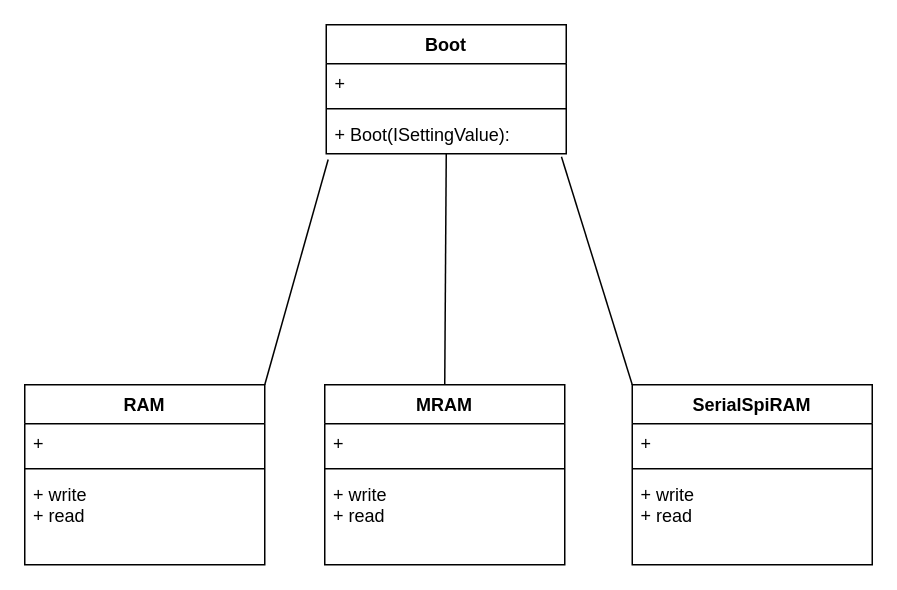
Earlier version of the draw.io diagram 3_dependency_inversion_principle/前回設定値の反映classNG.drawio (grace2riku/solid_principle_example). Source tidied: cells renumbered, new cells numbered last; positions are measured from the earlier drawing's top-left corner, leaving out a move shared by most shapes. Both pictures are drawn from the tidied source at 150%, with x=0, y=0 at pixel (24, 24).
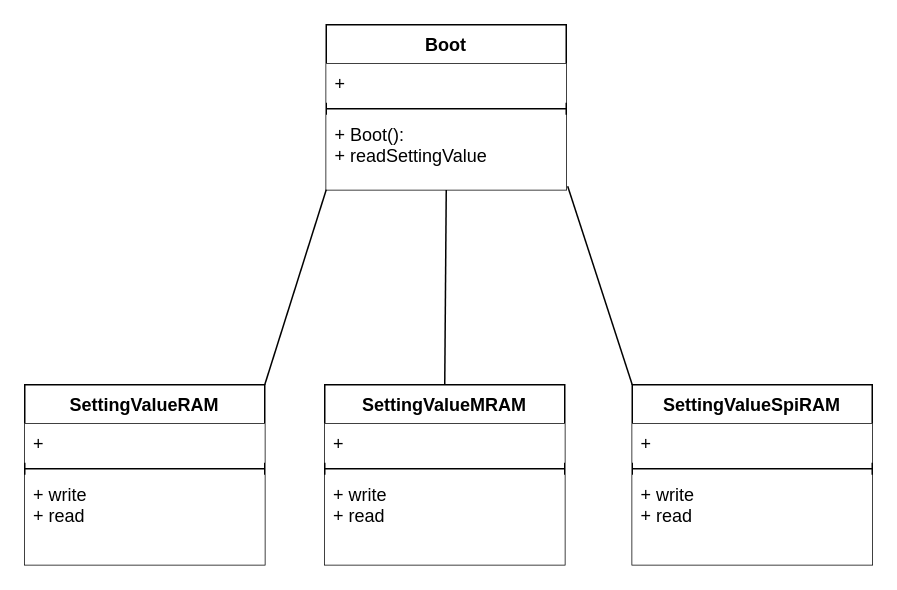
The same page after the edit.

Commit message (it also covers changes not shown here):
原則違反クラス図・コードを書いた。

What changed in the source:
```diff
@@
     <mxCell id="3" value="Boot" style="swimlane;fontStyle=1;align=center;verticalAlign=top;horizontal=1;startSize=26;" parent="1" vertex="1">
-      <mxGeometry x="201" width="160" height="86" as="geometry" />
+      <mxGeometry x="201" width="160" height="110" as="geometry" />
     </mxCell>
-    <mxCell id="4" value="+ " style="text;strokeColor=none;fillColor=none;align=left;verticalAlign=top;spacingLeft=4;spacingRight=4;overflow=hidden;" parent="3" vertex="1">
+    <mxCell id="4" value="+ " style="text;strokeColor=none;fillColor=default;align=left;verticalAlign=top;spacingLeft=4;spacingRight=4;overflow=hidden;" parent="3" vertex="1">
       <mxGeometry y="26" width="160" height="26" as="geometry" />
     </mxCell>
@@
-    <mxCell id="6" value="+ Boot(ISettingValue):" style="text;strokeColor=none;fillColor=none;align=left;verticalAlign=top;spacingLeft=4;spacingRight=4;overflow=hidden;points=[[0,0.5],[1,0.5]];portConstraint=eastwest;" parent="3" vertex="1">
-      <mxGeometry y="60" width="160" height="26" as="geometry" />
+    <mxCell id="6" value="+ Boot():&#10;+ readSettingValue" style="text;strokeColor=none;fillColor=default;align=left;verticalAlign=top;spacingLeft=4;spacingRight=4;overflow=hidden;points=[[0,0.5],[1,0.5]];portConstraint=eastwest;" parent="3" vertex="1">
+      <mxGeometry y="60" width="160" height="50" as="geometry" />
     </mxCell>
-    <mxCell id="7" style="edgeStyle=none;html=1;exitX=0.98;exitY=1.075;exitDx=0;exitDy=0;entryX=0;entryY=0;entryDx=0;entryDy=0;endArrow=none;endFill=0;exitPerimeter=0;" parent="1" edge="1" source="6" target="9">
+    <mxCell id="7" style="edgeStyle=none;html=1;exitX=1.006;exitY=0.952;exitDx=0;exitDy=0;entryX=0;entryY=0;entryDx=0;entryDy=0;endArrow=none;endFill=0;exitPerimeter=0;" parent="1" edge="1" source="6" target="9">
       <mxGeometry relative="1" as="geometry" />
     </mxCell>
-    <mxCell id="8" style="edgeStyle=none;html=1;exitX=0.008;exitY=1.148;exitDx=0;exitDy=0;entryX=1;entryY=0;entryDx=0;entryDy=0;endArrow=none;endFill=0;exitPerimeter=0;" parent="1" edge="1" source="6" target="13">
+    <mxCell id="8" style="edgeStyle=none;html=1;exitX=0;exitY=1;exitDx=0;exitDy=0;entryX=1;entryY=0;entryDx=0;entryDy=0;endArrow=none;endFill=0;" parent="1" edge="1" source="3" target="13">
       <mxGeometry relative="1" as="geometry" />
     </mxCell>
-    <mxCell id="9" value="SerialSpiRAM" style="swimlane;fontStyle=1;align=center;verticalAlign=top;horizontal=1;startSize=26;" parent="1" vertex="1">
+    <mxCell id="9" value="SettingValueSpiRAM" style="swimlane;fontStyle=1;align=center;verticalAlign=top;horizontal=1;startSize=26;" parent="1" vertex="1">
       <mxGeometry x="405" y="240" width="160" height="120" as="geometry" />
     </mxCell>
-    <mxCell id="10" value="+  " style="text;strokeColor=none;fillColor=none;align=left;verticalAlign=top;spacingLeft=4;spacingRight=4;overflow=hidden;" parent="9" vertex="1">
+    <mxCell id="10" value="+  " style="text;strokeColor=none;fillColor=default;align=left;verticalAlign=top;spacingLeft=4;spacingRight=4;overflow=hidden;" parent="9" vertex="1">
       <mxGeometry y="26" width="160" height="26" as="geometry" />
     </mxCell>
@@
-    <mxCell id="12" value="+ write&#10;+ read" style="text;strokeColor=none;fillColor=none;align=left;verticalAlign=top;spacingLeft=4;spacingRight=4;overflow=hidden;" parent="9" vertex="1">
+    <mxCell id="12" value="+ write&#10;+ read" style="text;strokeColor=none;fillColor=default;align=left;verticalAlign=top;spacingLeft=4;spacingRight=4;overflow=hidden;" parent="9" vertex="1">
       <mxGeometry y="60" width="160" height="60" as="geometry" />
     </mxCell>
-    <mxCell id="13" value="RAM" style="swimlane;fontStyle=1;align=center;verticalAlign=top;horizontal=1;startSize=26;" parent="1" vertex="1">
+    <mxCell id="13" value="SettingValueRAM" style="swimlane;fontStyle=1;align=center;verticalAlign=top;horizontal=1;startSize=26;" parent="1" vertex="1">
       <mxGeometry y="240" width="160" height="120" as="geometry" />
     </mxCell>
-    <mxCell id="14" value="+  " style="text;strokeColor=none;fillColor=none;align=left;verticalAlign=top;spacingLeft=4;spacingRight=4;overflow=hidden;" parent="13" vertex="1">
+    <mxCell id="14" value="+  " style="text;strokeColor=none;fillColor=default;align=left;verticalAlign=top;spacingLeft=4;spacingRight=4;overflow=hidden;" parent="13" vertex="1">
       <mxGeometry y="26" width="160" height="26" as="geometry" />
     </mxCell>
@@
-    <mxCell id="16" value="+ write&#10;+ read" style="text;strokeColor=none;fillColor=none;align=left;verticalAlign=top;spacingLeft=4;spacingRight=4;overflow=hidden;" parent="13" vertex="1">
+    <mxCell id="16" value="+ write&#10;+ read" style="text;strokeColor=none;fillColor=default;align=left;verticalAlign=top;spacingLeft=4;spacingRight=4;overflow=hidden;" parent="13" vertex="1">
       <mxGeometry y="60" width="160" height="60" as="geometry" />
     </mxCell>
-    <mxCell id="17" value="MRAM" style="swimlane;fontStyle=1;align=center;verticalAlign=top;horizontal=1;startSize=26;" parent="1" vertex="1">
+    <mxCell id="17" value="SettingValueMRAM" style="swimlane;fontStyle=1;align=center;verticalAlign=top;horizontal=1;startSize=26;" parent="1" vertex="1">
       <mxGeometry x="200" y="240" width="160" height="120" as="geometry" />
     </mxCell>
-    <mxCell id="18" value="+  " style="text;strokeColor=none;fillColor=none;align=left;verticalAlign=top;spacingLeft=4;spacingRight=4;overflow=hidden;" parent="17" vertex="1">
+    <mxCell id="18" value="+  " style="text;strokeColor=none;fillColor=default;align=left;verticalAlign=top;spacingLeft=4;spacingRight=4;overflow=hidden;" parent="17" vertex="1">
       <mxGeometry y="26" width="160" height="26" as="geometry" />
     </mxCell>
@@
-    <mxCell id="20" value="+ write&#10;+ read" style="text;strokeColor=none;fillColor=none;align=left;verticalAlign=top;spacingLeft=4;spacingRight=4;overflow=hidden;" parent="17" vertex="1">
+    <mxCell id="20" value="+ write&#10;+ read" style="text;strokeColor=none;fillColor=default;align=left;verticalAlign=top;spacingLeft=4;spacingRight=4;overflow=hidden;" parent="17" vertex="1">
       <mxGeometry y="60" width="160" height="60" as="geometry" />
     </mxCell>
```
